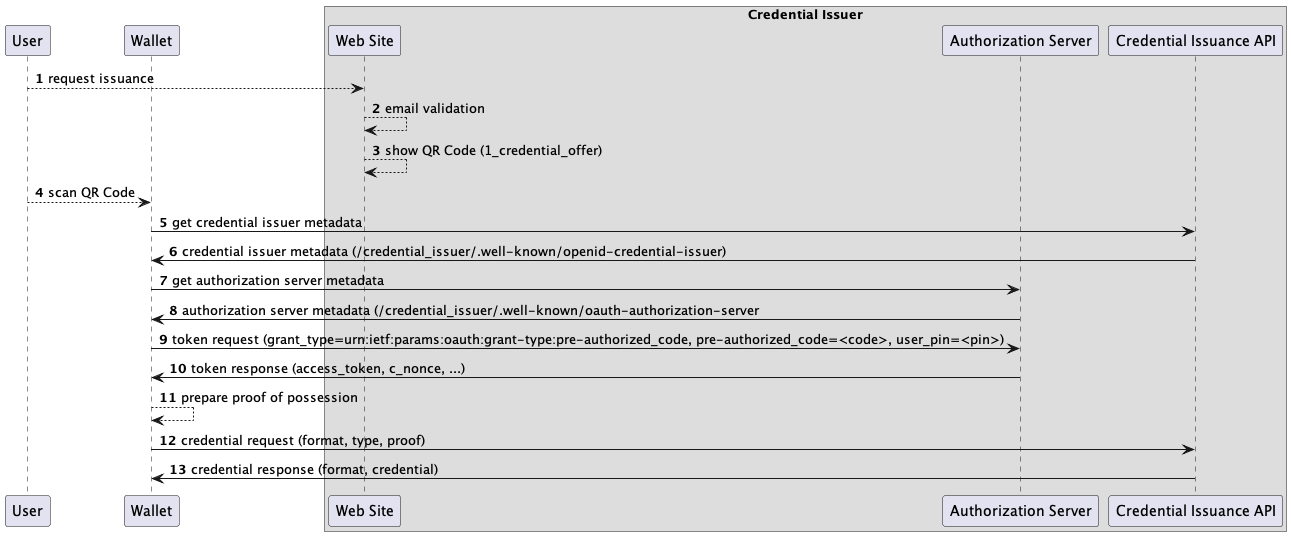
Earlier version of the PlantUML export out/Issuance/issuance_flow/issuance_flow.png (IDunion/hackathon). Source of this version:
```plantuml
@startuml

autonumber

participant "User" as u
participant "Wallet" as w

box "Credential Issuer"

participant "Web Site" as ws

participant "Authorization Server" as as

participant "Credential Issuance API" as ci

end box

u --> ws: request issuance
ws --> ws: email validation
ws --> ws: show QR Code (1_credential_offer)

u --> w: scan QR Code
w -> ci: get credential issuer metadata
ci -> w: credential issuer metadata (/credential_issuer/.well-known/openid-credential-issuer)

w -> as: get authorization server metadata
as -> w: authorization server metadata (/credential_issuer/.well-known/oauth-authorization-server

w -> as: token request (grant_type=urn:ietf:params:oauth:grant-type:pre-authorized_code, pre-authorized_code=<code>, user_pin=<pin>)
as -> w: token response (access_token, c_nonce, ...)

w --> w: prepare proof of possession

w -> ci: credential request (format, type, proof)
ci -> w: credential response (format, credential)

@enduml
```
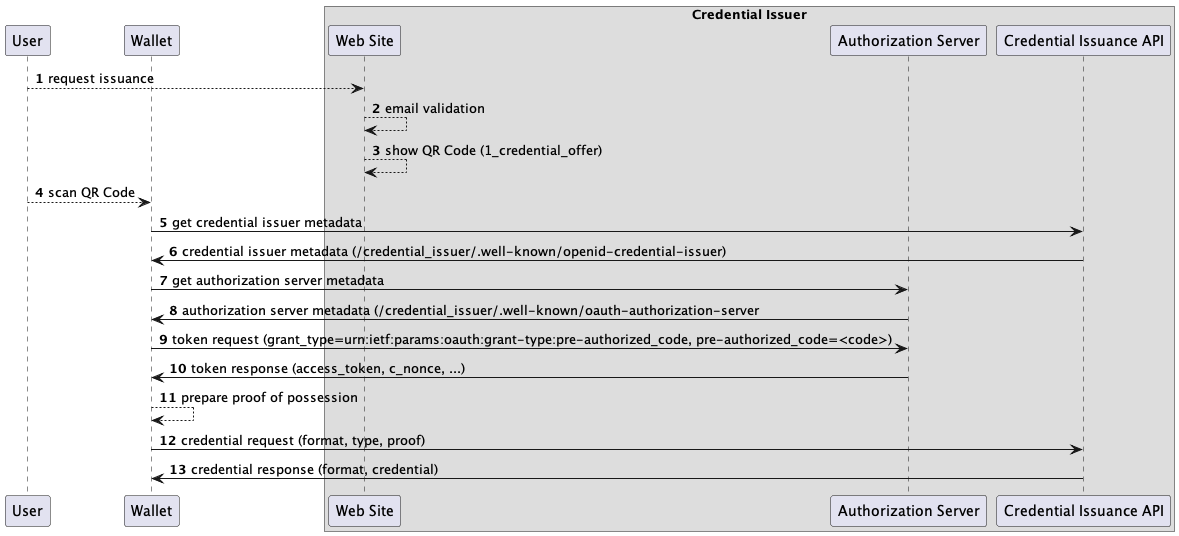
The same file after the commit.

Commit message:
removed user pin (for now)

What changed in the source:
```diff
@@ -26,7 +26,7 @@
 w -> as: get authorization server metadata
 as -> w: authorization server metadata (/credential_issuer/.well-known/oauth-authorization-server
 
-w -> as: token request (grant_type=urn:ietf:params:oauth:grant-type:pre-authorized_code, pre-authorized_code=<code>, user_pin=<pin>)
+w -> as: token request (grant_type=urn:ietf:params:oauth:grant-type:pre-authorized_code, pre-authorized_code=<code>)
 as -> w: token response (access_token, c_nonce, ...)
 
 w --> w: prepare proof of possession
```
